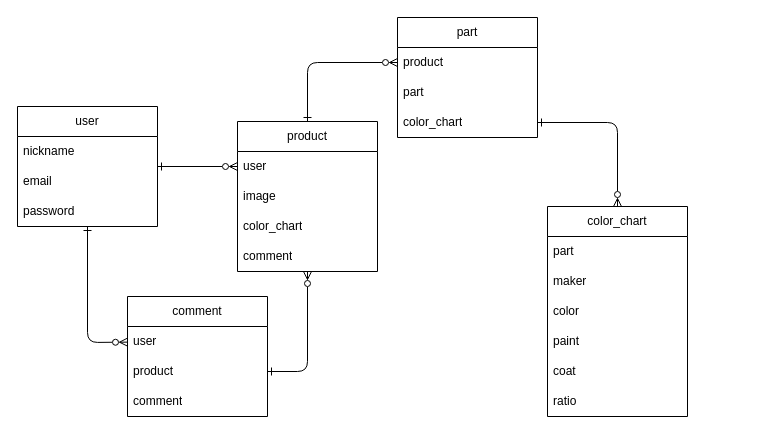
This is color_chart_ER.dio from Yuya7124/color_chart_connect, a draw.io file, before an edit. Source tidied: cells renumbered, new cells numbered last; positions are measured from the earlier drawing's top-left corner, leaving out a move shared by most shapes. Both pictures are drawn from the tidied source at 100%, with x=0, y=0 at pixel (17, 17).
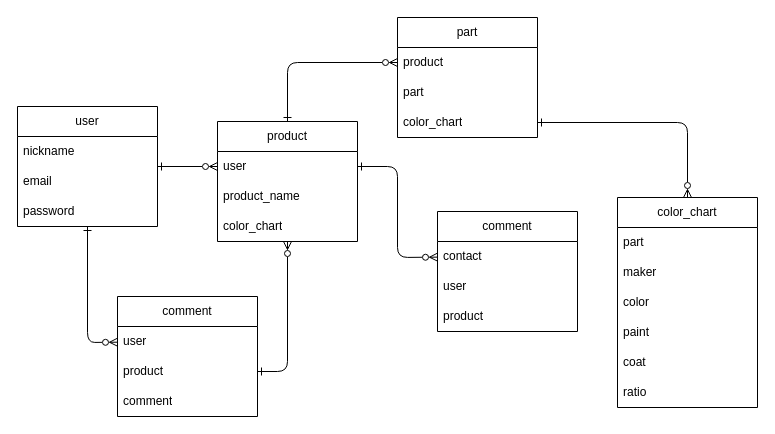
The same diagram, later.

The change refers to these unchanged cells:
```xml
<mxCell id="9" value="user" style="text;strokeColor=none;fillColor=none;align=left;verticalAlign=middle;spacingLeft=4;spacingRight=4;overflow=hidden;points=[[0,0.5],[1,0.5]];portConstraint=eastwest;whiteSpace=wrap;html=1;" parent="8" vertex="1">
  <mxGeometry y="30" width="140" height="30" as="geometry" />
</mxCell>
<mxCell id="14" value="product" style="text;strokeColor=none;fillColor=none;align=left;verticalAlign=middle;spacingLeft=4;spacingRight=4;overflow=hidden;points=[[0,0.5],[1,0.5]];portConstraint=eastwest;whiteSpace=wrap;html=1;" parent="13" vertex="1">
  <mxGeometry y="30" width="140" height="30" as="geometry" />
</mxCell>
<mxCell id="16" value="&lt;span style=&quot;text-align: center;&quot;&gt;color_chart&lt;/span&gt;" style="text;strokeColor=none;fillColor=none;align=left;verticalAlign=middle;spacingLeft=4;spacingRight=4;overflow=hidden;points=[[0,0.5],[1,0.5]];portConstraint=eastwest;whiteSpace=wrap;html=1;" parent="13" vertex="1">
  <mxGeometry y="90" width="140" height="30" as="geometry" />
</mxCell>
<mxCell id="19" value="product" style="text;strokeColor=none;fillColor=none;align=left;verticalAlign=middle;spacingLeft=4;spacingRight=4;overflow=hidden;points=[[0,0.5],[1,0.5]];portConstraint=eastwest;whiteSpace=wrap;html=1;" parent="17" vertex="1">
  <mxGeometry y="60" width="140" height="30" as="geometry" />
</mxCell>
```

Diff of the diagram source:
```diff
@@
     <mxCell id="7" style="edgeStyle=none;html=1;entryX=0;entryY=0.5;entryDx=0;entryDy=0;startArrow=ERone;startFill=0;endArrow=ERzeroToMany;endFill=0;" parent="1" edge="1" source="8" target="14">
       <mxGeometry relative="1" as="geometry">
         <Array as="points">
-          <mxPoint x="290" y="45" />
+          <mxPoint x="270" y="45" />
         </Array>
       </mxGeometry>
     </mxCell>
     <mxCell id="8" value="product" style="swimlane;fontStyle=0;horizontal=1;startSize=30;whiteSpace=wrap;html=1;" parent="1" vertex="1">
-      <mxGeometry x="220" y="104" width="140" height="150" as="geometry" />
+      <mxGeometry x="200" y="104" width="140" height="120" as="geometry" />
     </mxCell>
@@
-    <mxCell id="10" value="image" style="text;strokeColor=none;fillColor=none;align=left;verticalAlign=middle;spacingLeft=4;spacingRight=4;overflow=hidden;whiteSpace=wrap;html=1;" parent="8" vertex="1">
+    <mxCell id="10" value="product_name" style="text;strokeColor=none;fillColor=none;align=left;verticalAlign=middle;spacingLeft=4;spacingRight=4;overflow=hidden;whiteSpace=wrap;html=1;" parent="8" vertex="1">
       <mxGeometry y="60" width="140" height="30" as="geometry" />
     </mxCell>
@@
-    <mxCell id="12" value="comment" style="text;strokeColor=none;fillColor=none;align=left;verticalAlign=middle;spacingLeft=4;spacingRight=4;overflow=hidden;whiteSpace=wrap;html=1;" parent="8" vertex="1">
-      <mxGeometry y="120" width="140" height="30" as="geometry" />
-    </mxCell>
@@
     <mxCell id="17" value="comment" style="swimlane;fontStyle=0;horizontal=1;startSize=30;whiteSpace=wrap;html=1;" parent="1" vertex="1">
-      <mxGeometry x="110" y="279" width="140" height="120" as="geometry" />
+      <mxGeometry x="100" y="279" width="140" height="120" as="geometry" />
     </mxCell>
@@
     <mxCell id="22" style="edgeStyle=none;html=1;startArrow=ERone;startFill=0;endArrow=ERzeroToMany;endFill=0;" parent="1" edge="1" source="19" target="8">
       <mxGeometry relative="1" as="geometry">
         <Array as="points">
-          <mxPoint x="290" y="354" />
+          <mxPoint x="270" y="354" />
         </Array>
       </mxGeometry>
     </mxCell>
     <mxCell id="23" value="color_chart" style="swimlane;fontStyle=0;horizontal=1;startSize=30;whiteSpace=wrap;html=1;" parent="1" vertex="1">
-      <mxGeometry x="530" y="189" width="140" height="210" as="geometry" />
+      <mxGeometry x="600" y="180" width="140" height="210" as="geometry" />
     </mxCell>
@@
     <mxCell id="30" style="edgeStyle=none;html=1;endArrow=ERone;endFill=0;startArrow=ERzeroToMany;startFill=0;entryX=1;entryY=0.5;entryDx=0;entryDy=0;" parent="1" edge="1" source="23" target="16">
       <mxGeometry relative="1" as="geometry">
         <Array as="points">
-          <mxPoint x="600" y="105" />
+          <mxPoint x="670" y="105" />
         </Array>
       </mxGeometry>
     </mxCell>
+    <mxCell id="12" value="&lt;span style=&quot;text-align: left;&quot;&gt;comment&lt;/span&gt;" style="swimlane;fontStyle=0;horizontal=1;startSize=30;whiteSpace=wrap;html=1;" parent="1" vertex="1">
+      <mxGeometry x="420" y="194" width="140" height="120" as="geometry" />
+    </mxCell>
+    <mxCell id="31" value="contact" style="text;strokeColor=none;fillColor=none;align=left;verticalAlign=middle;spacingLeft=4;spacingRight=4;overflow=hidden;points=[[0,0.5],[1,0.5]];portConstraint=eastwest;whiteSpace=wrap;html=1;" parent="12" vertex="1">
+      <mxGeometry y="30" width="140" height="30" as="geometry" />
+    </mxCell>
+    <mxCell id="32" value="user" style="text;strokeColor=none;fillColor=none;align=left;verticalAlign=middle;spacingLeft=4;spacingRight=4;overflow=hidden;whiteSpace=wrap;html=1;" parent="12" vertex="1">
+      <mxGeometry y="60" width="140" height="30" as="geometry" />
+    </mxCell>
+    <mxCell id="33" value="product" style="text;strokeColor=none;fillColor=none;align=left;verticalAlign=middle;spacingLeft=4;spacingRight=4;overflow=hidden;whiteSpace=wrap;html=1;" parent="12" vertex="1">
+      <mxGeometry y="90" width="140" height="30" as="geometry" />
+    </mxCell>
+    <mxCell id="34" style="edgeStyle=none;html=1;entryX=1;entryY=0.5;entryDx=0;entryDy=0;startArrow=ERzeroToMany;startFill=0;endArrow=ERone;endFill=0;" parent="1" edge="1" source="31" target="9">
+      <mxGeometry relative="1" as="geometry">
+        <Array as="points">
+          <mxPoint x="380" y="240" />
+          <mxPoint x="380" y="149" />
+        </Array>
+      </mxGeometry>
+    </mxCell>
```
